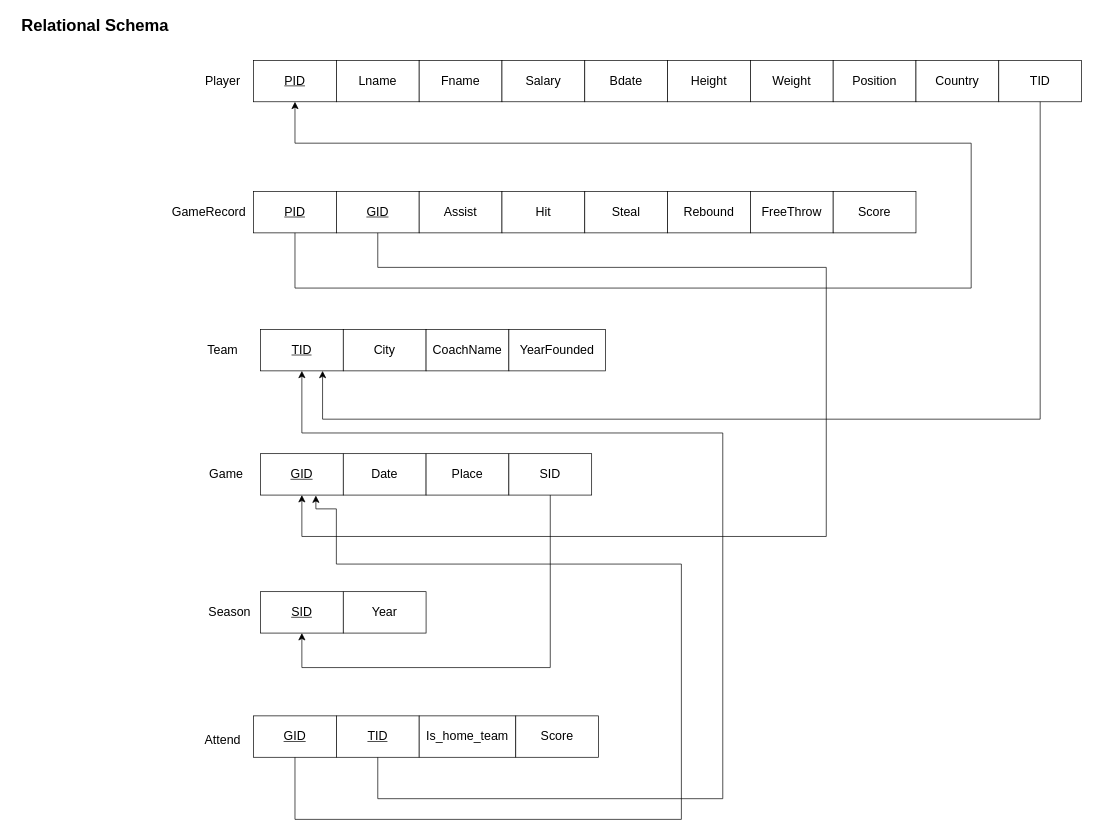
Basketball-Competition-Dashboard/doc keeps this draw.io diagram as diagrams/Relational Schema.drawio. Above is the earlier version. Source tidied: cells renumbered, new cells numbered last; positions are measured from the earlier drawing's top-left corner, leaving out a move shared by most shapes. Both pictures are drawn from the tidied source at 69%, with x=0, y=0 at pixel (12, 12).
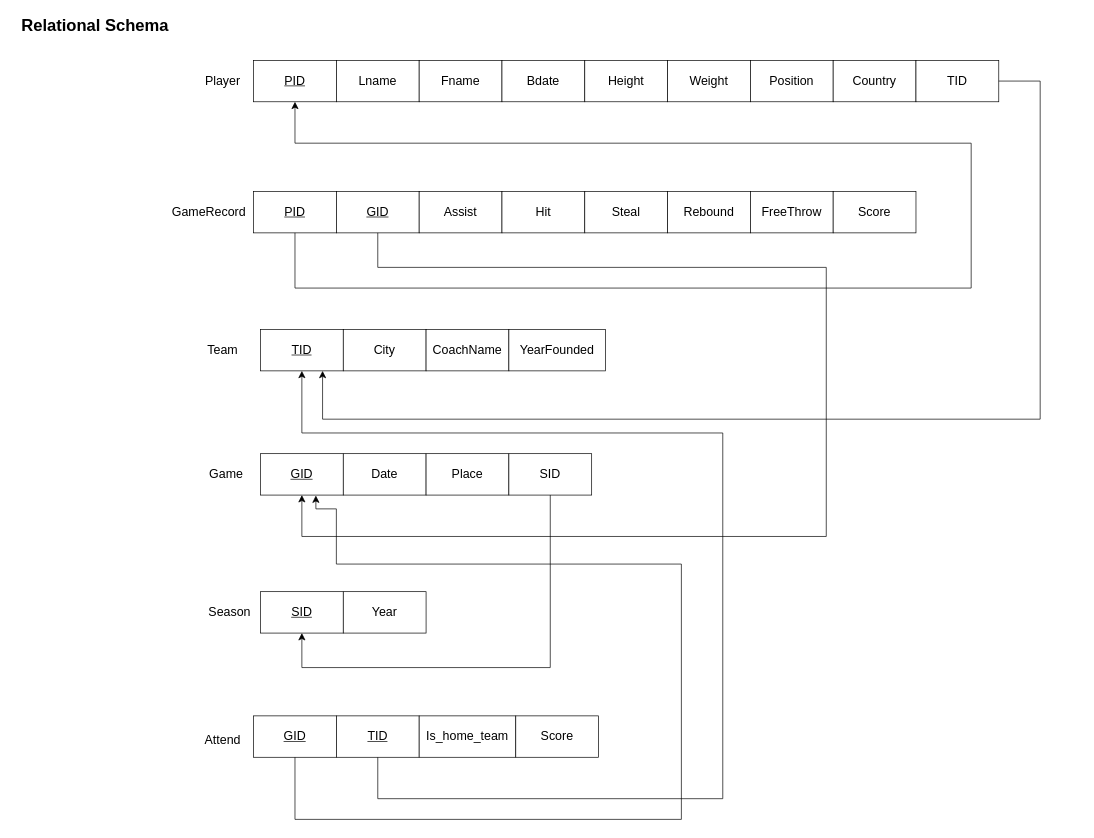
After the change.

Commit message (it also covers changes not shown here):
(remove): Salary column in Player table

Unchanged cells that the change refers to:
```xml
<mxCell id="20" value="&lt;u style=&quot;font-size: 18px;&quot;&gt;TID&lt;/u&gt;" style="rounded=0;whiteSpace=wrap;html=1;fontSize=18;" parent="1" vertex="1">
  <mxGeometry x="360" y="460" width="120" height="60" as="geometry" />
</mxCell>
```

The edit, as a diff of the source:
```diff
@@
-    <mxCell id="5" value="Salary" style="rounded=0;whiteSpace=wrap;html=1;fontSize=18;" parent="1" vertex="1">
-      <mxGeometry x="710" y="70" width="120" height="60" as="geometry" />
-    </mxCell>
@@
     <mxCell id="7" value="Bdate" style="rounded=0;whiteSpace=wrap;html=1;fontSize=18;" parent="1" vertex="1">
-      <mxGeometry x="830" y="70" width="120" height="60" as="geometry" />
+      <mxGeometry x="710" y="70" width="120" height="60" as="geometry" />
     </mxCell>
     <mxCell id="8" value="Height" style="rounded=0;whiteSpace=wrap;html=1;fontSize=18;" parent="1" vertex="1">
-      <mxGeometry x="950" y="70" width="120" height="60" as="geometry" />
+      <mxGeometry x="830" y="70" width="120" height="60" as="geometry" />
     </mxCell>
     <mxCell id="9" value="Weight" style="rounded=0;whiteSpace=wrap;html=1;fontSize=18;" parent="1" vertex="1">
-      <mxGeometry x="1070" y="70" width="120" height="60" as="geometry" />
+      <mxGeometry x="950" y="70" width="120" height="60" as="geometry" />
     </mxCell>
     <mxCell id="10" value="Position" style="rounded=0;whiteSpace=wrap;html=1;fontSize=18;" parent="1" vertex="1">
-      <mxGeometry x="1190" y="70" width="120" height="60" as="geometry" />
+      <mxGeometry x="1070" y="70" width="120" height="60" as="geometry" />
     </mxCell>
     <mxCell id="11" value="Country" style="rounded=0;whiteSpace=wrap;html=1;fontSize=18;" parent="1" vertex="1">
-      <mxGeometry x="1310" y="70" width="120" height="60" as="geometry" />
+      <mxGeometry x="1190" y="70" width="120" height="60" as="geometry" />
     </mxCell>
@@
     <mxCell id="43" value="TID" style="rounded=0;whiteSpace=wrap;html=1;fontSize=18;" parent="1" vertex="1">
-      <mxGeometry x="1430" y="70" width="120" height="60" as="geometry" />
+      <mxGeometry x="1310" y="70" width="120" height="60" as="geometry" />
     </mxCell>
-    <mxCell id="44" style="edgeStyle=segmentEdgeStyle;endArrow=classic;html=1;curved=0;rounded=0;endSize=8;startSize=8;entryX=0.75;entryY=1;entryDx=0;entryDy=0;exitX=0.5;exitY=1;exitDx=0;exitDy=0;fontSize=18;" parent="1" edge="1" source="43" target="20">
+    <mxCell id="44" style="edgeStyle=segmentEdgeStyle;endArrow=classic;html=1;curved=0;rounded=0;endSize=8;startSize=8;entryX=0.75;entryY=1;entryDx=0;entryDy=0;exitX=1;exitY=0.5;exitDx=0;exitDy=0;fontSize=18;" parent="1" edge="1" source="43" target="20">
       <mxGeometry relative="1" as="geometry">
         <Array as="points">
+          <mxPoint x="1490" y="100" />
           <mxPoint x="1490" y="590" />
           <mxPoint x="450" y="590" />
         </Array>
       </mxGeometry>
     </mxCell>
```
